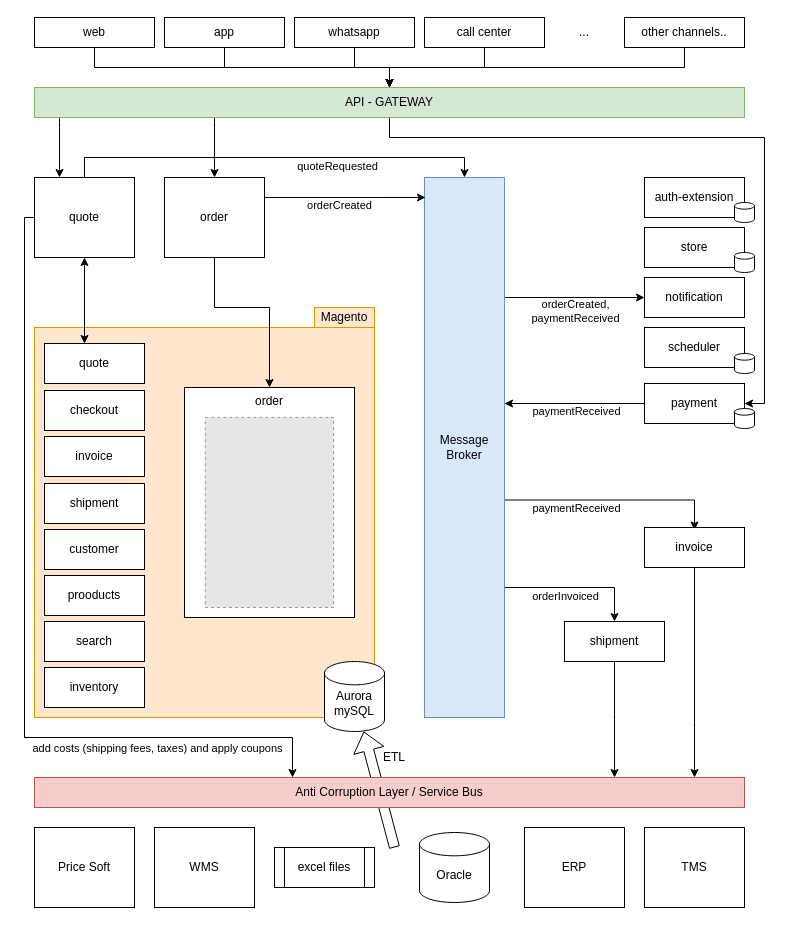
This is Untitled Diagram.drawio from wanderleisouza/HtmlCSS, a draw.io file, before an edit. Source tidied: cells renumbered, new cells numbered last; positions are measured from the earlier drawing's top-left corner, leaving out a move shared by most shapes. Both pictures are drawn from the tidied source at 100%, with x=0, y=0 at pixel (24, 17). Pictures stored in the file or linked from it are replaced by grey dashed boxes.
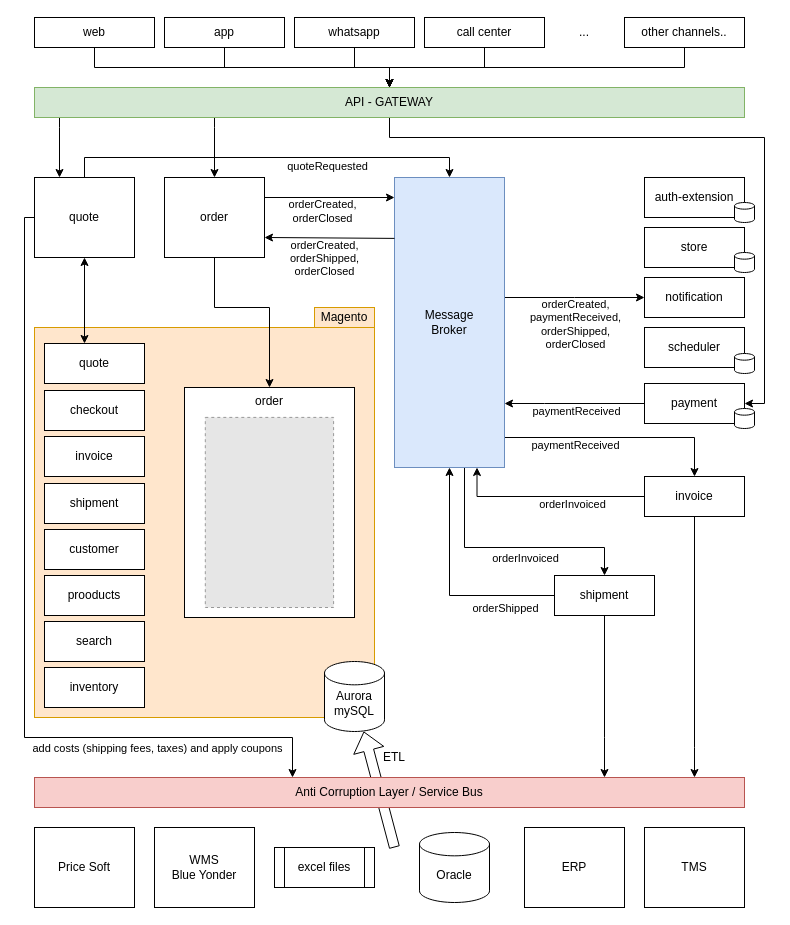
Above is the later version.

The change refers to these unchanged cells:
```xml
<mxCell id="24" value="order" style="rounded=0;whiteSpace=wrap;html=1;" parent="1" vertex="1">
  <mxGeometry x="140" y="160" width="100" height="80" as="geometry" />
</mxCell>
<mxCell id="26" style="edgeStyle=orthogonalEdgeStyle;rounded=0;jettySize=auto;html=1;entryX=0;entryY=0.5;entryDx=0;entryDy=0;" parent="1" edge="1" source="32" target="34">
  <mxGeometry relative="1" as="geometry">
    <Array as="points">
      <mxPoint x="550" y="280" />
      <mxPoint x="550" y="280" />
    </Array>
  </mxGeometry>
</mxCell>
<mxCell id="51" value="Anti Corruption Layer / Service Bus" style="rounded=0;whiteSpace=wrap;html=1;fillColor=#f8cecc;strokeColor=#b85450;" parent="1" vertex="1">
  <mxGeometry x="10" y="760" width="710" height="30" as="geometry" />
</mxCell>
```

Change to the diagram source:
```diff
@@
-    <mxCell id="27" value="orderCreated,&lt;br&gt;paymentReceived" style="edgeLabel;html=1;align=center;verticalAlign=middle;" parent="26" vertex="1">
+    <mxCell id="27" value="orderCreated,&lt;br&gt;paymentReceived,&lt;br&gt;orderShipped,&lt;br&gt;orderClosed" style="edgeLabel;html=1;align=center;verticalAlign=middle;" parent="26" vertex="1">
       <mxGeometry x="-0.01" y="-1" relative="1" as="geometry">
-        <mxPoint x="1" y="12" as="offset" />
+        <mxPoint x="1" y="25" as="offset" />
       </mxGeometry>
     </mxCell>
-    <mxCell id="28" style="edgeStyle=orthogonalEdgeStyle;rounded=0;orthogonalLoop=1;jettySize=auto;html=1;exitX=1;exitY=0.75;exitDx=0;exitDy=0;" parent="1" edge="1">
+    <mxCell id="28" style="edgeStyle=orthogonalEdgeStyle;rounded=0;jettySize=auto;html=1;exitX=1;exitY=0.75;exitDx=0;exitDy=0;entryX=0.5;entryY=0;entryDx=0;entryDy=0;" parent="1" edge="1" target="66">
       <mxGeometry relative="1" as="geometry">
         <mxPoint x="480" y="425" as="sourcePoint" />
-        <mxPoint x="670" y="512.5" as="targetPoint" />
         <Array as="points">
-          <mxPoint x="480" y="482.5" />
-          <mxPoint x="670" y="482.5" />
+          <mxPoint x="480" y="420" />
+          <mxPoint x="670" y="420" />
         </Array>
       </mxGeometry>
     </mxCell>
     <mxCell id="29" value="paymentReceived" style="edgeLabel;html=1;align=center;verticalAlign=middle;" parent="28" vertex="1">
       <mxGeometry x="0.28" y="4" relative="1" as="geometry">
-        <mxPoint x="-49.5" y="11.5" as="offset" />
+        <mxPoint x="-75" y="11" as="offset" />
       </mxGeometry>
     </mxCell>
     <mxCell id="30" style="edgeStyle=orthogonalEdgeStyle;rounded=0;jettySize=auto;html=1;" parent="1" edge="1" source="32" target="68">
       <mxGeometry relative="1" as="geometry">
         <Array as="points">
-          <mxPoint x="590" y="570" />
+          <mxPoint x="440" y="530" />
+          <mxPoint x="580" y="530" />
         </Array>
       </mxGeometry>
     </mxCell>
     <mxCell id="31" value="orderInvoiced" style="edgeLabel;html=1;align=center;verticalAlign=middle;" parent="30" vertex="1">
       <mxGeometry x="-0.2" y="-2" relative="1" as="geometry">
-        <mxPoint x="2" y="6" as="offset" />
+        <mxPoint x="41" y="8" as="offset" />
       </mxGeometry>
     </mxCell>
     <mxCell id="32" value="Message&lt;br&gt;Broker" style="rounded=0;whiteSpace=wrap;html=1;fillColor=#dae8fc;strokeColor=#6c8ebf;" parent="1" vertex="1">
-      <mxGeometry x="400" y="160" width="80" height="540" as="geometry" />
+      <mxGeometry x="370" y="160" width="110" height="290" as="geometry" />
     </mxCell>
@@
-    <mxCell id="54" value="WMS" style="rounded=0;whiteSpace=wrap;html=1;strokeWidth=1;" parent="1" vertex="1">
+    <mxCell id="54" value="WMS&lt;br&gt;Blue Yonder" style="rounded=0;whiteSpace=wrap;html=1;strokeWidth=1;" parent="1" vertex="1">
       <mxGeometry x="130" y="810" width="100" height="80" as="geometry" />
     </mxCell>
@@
     <mxCell id="65" style="edgeStyle=orthogonalEdgeStyle;rounded=0;jettySize=auto;html=1;" parent="1" edge="1" source="66" target="51">
       <mxGeometry relative="1" as="geometry">
         <Array as="points">
-          <mxPoint x="670" y="710" />
-          <mxPoint x="670" y="710" />
+          <mxPoint x="670" y="730" />
+          <mxPoint x="670" y="730" />
         </Array>
       </mxGeometry>
     </mxCell>
+    <mxCell id="73" style="edgeStyle=orthogonalEdgeStyle;rounded=0;jettySize=auto;html=1;entryX=0.75;entryY=1;entryDx=0;entryDy=0;" parent="1" edge="1" source="66" target="32">
+      <mxGeometry relative="1" as="geometry" />
+    </mxCell>
+    <mxCell id="74" value="orderInvoiced" style="edgeLabel;html=1;align=center;verticalAlign=middle;" parent="73" vertex="1">
+      <mxGeometry x="-0.11" y="2" relative="1" as="geometry">
+        <mxPoint x="14" y="5" as="offset" />
+      </mxGeometry>
+    </mxCell>
     <mxCell id="66" value="invoice" style="rounded=0;whiteSpace=wrap;html=1;" parent="1" vertex="1">
-      <mxGeometry x="620" y="510" width="100" height="40" as="geometry" />
+      <mxGeometry x="620" y="459" width="100" height="40" as="geometry" />
     </mxCell>
-    <mxCell id="67" style="edgeStyle=orthogonalEdgeStyle;rounded=0;jettySize=auto;html=1;exitX=0.5;exitY=1;exitDx=0;exitDy=0;entryX=0.817;entryY=0;entryDx=0;entryDy=0;entryPerimeter=0;" parent="1" edge="1" source="68" target="51">
-      <mxGeometry relative="1" as="geometry" />
+    <mxCell id="67" style="edgeStyle=orthogonalEdgeStyle;rounded=0;jettySize=auto;html=1;" parent="1" edge="1" source="68" target="51">
+      <mxGeometry relative="1" as="geometry">
+        <Array as="points">
+          <mxPoint x="580" y="720" />
+          <mxPoint x="580" y="720" />
+        </Array>
+      </mxGeometry>
     </mxCell>
+    <mxCell id="75" style="edgeStyle=orthogonalEdgeStyle;rounded=0;jettySize=auto;html=1;exitX=0;exitY=0.5;exitDx=0;exitDy=0;entryX=0.5;entryY=1;entryDx=0;entryDy=0;" parent="1" edge="1" source="68" target="32">
+      <mxGeometry relative="1" as="geometry" />
+    </mxCell>
+    <mxCell id="76" value="orderShipped" style="edgeLabel;html=1;align=center;verticalAlign=middle;" parent="75" vertex="1">
+      <mxGeometry x="-0.4" relative="1" as="geometry">
+        <mxPoint x="20" y="12" as="offset" />
+      </mxGeometry>
+    </mxCell>
     <mxCell id="68" value="shipment" style="rounded=0;whiteSpace=wrap;html=1;" parent="1" vertex="1">
-      <mxGeometry x="540" y="604" width="100" height="40" as="geometry" />
+      <mxGeometry x="530" y="558" width="100" height="40" as="geometry" />
     </mxCell>
@@
-    <mxCell id="71" style="endArrow=classic;html=1;exitX=1;exitY=0.25;exitDx=0;exitDy=0;entryX=0.013;entryY=0.037;entryDx=0;entryDy=0;entryPerimeter=0;" parent="1" edge="1" source="24" target="32">
-      <mxGeometry relative="1" as="geometry" />
-    </mxCell>
-    <mxCell id="72" value="orderCreated" style="edgeLabel;html=1;align=center;verticalAlign=middle;" parent="71" vertex="1">
-      <mxGeometry x="0.07" y="1" relative="1" as="geometry">
-        <mxPoint x="-11" y="9" as="offset" />
-      </mxGeometry>
-    </mxCell>
+    <mxCell id="77" style="endArrow=classic;html=1;exitX=1;exitY=0.25;exitDx=0;exitDy=0;" parent="1" edge="1" source="24">
+      <mxGeometry relative="1" as="geometry">
+        <mxPoint x="370" y="180" as="targetPoint" />
+      </mxGeometry>
+    </mxCell>
+    <mxCell id="78" value="orderCreated,&lt;br&gt;orderClosed" style="edgeLabel;html=1;align=center;verticalAlign=middle;" parent="77" vertex="1">
+      <mxGeometry x="-0.16" y="-2" relative="1" as="geometry">
+        <mxPoint x="2.2" y="11" as="offset" />
+      </mxGeometry>
+    </mxCell>
+    <mxCell id="79" style="endArrow=classic;html=1;entryX=1;entryY=0.75;entryDx=0;entryDy=0;exitX=0;exitY=0.21;exitDx=0;exitDy=0;exitPerimeter=0;" parent="1" edge="1" source="32" target="24">
+      <mxGeometry relative="1" as="geometry" />
+    </mxCell>
+    <mxCell id="80" value="orderCreated,&lt;br&gt;orderShipped,&lt;br&gt;orderClosed" style="edgeLabel;html=1;align=center;verticalAlign=middle;" parent="79" vertex="1">
+      <mxGeometry x="-0.03" y="1" relative="1" as="geometry">
+        <mxPoint x="-7" y="19.5" as="offset" />
+      </mxGeometry>
+    </mxCell>
```
